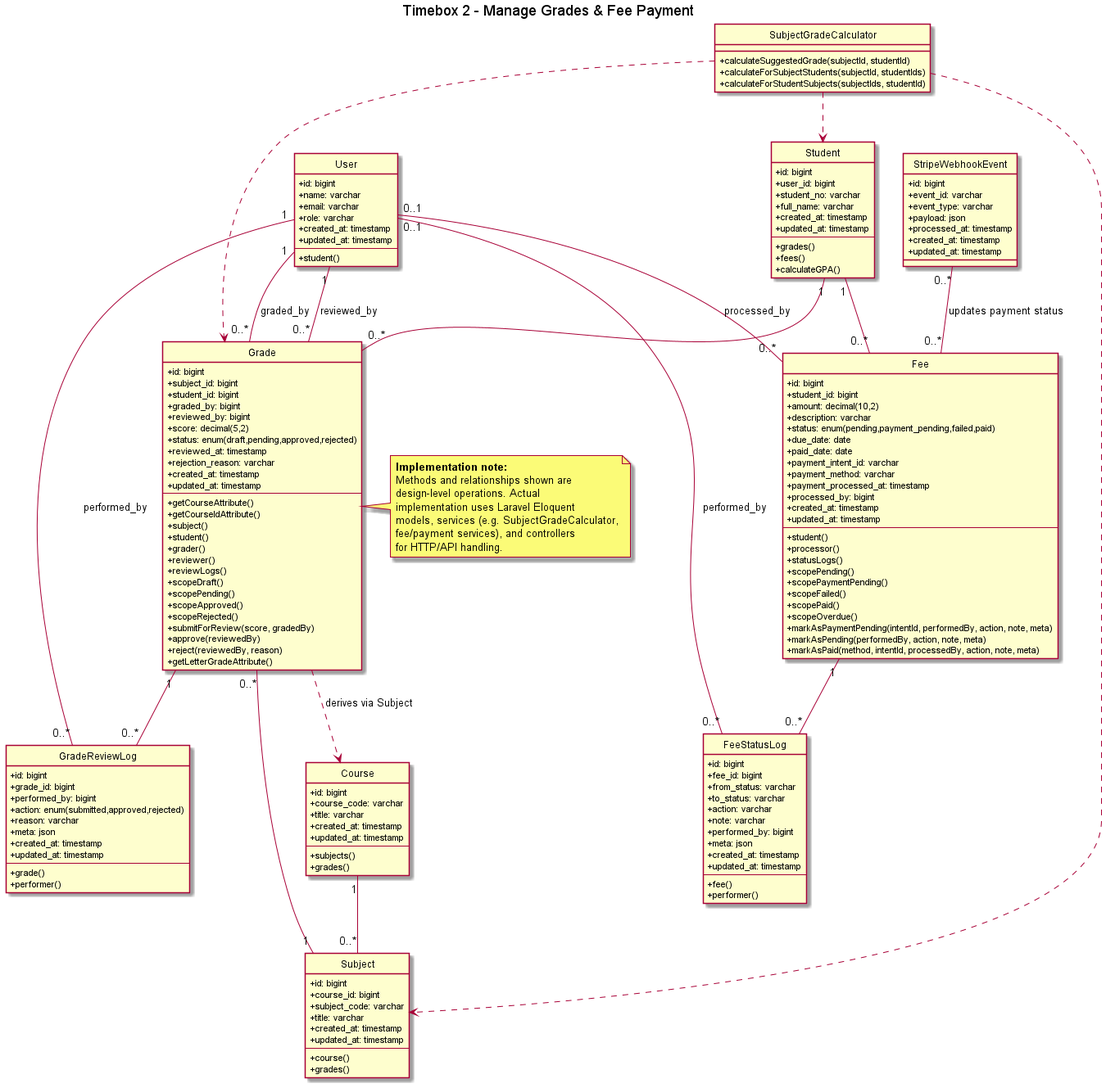
Before: out/class_diagram/Timebox2_GradesFees_Class/Timebox2_GradesFees_Class.png, a diagram exported from PlantUML (KyawMyoHtay1/academic-portal). Its diagram source:
```plantuml
@startuml Timebox2_GradesFees_Class
hide circle
skinparam classAttributeIconSize 0
title Timebox 2 - Manage Grades & Fee Payment

note right of Grade
  **Implementation note:**
  Methods and relationships shown are
  design-level operations. Actual
  implementation uses Laravel Eloquent
  models, services (e.g. SubjectGradeCalculator,
  fee/payment services), and controllers
  for HTTP/API handling.
end note

class User {
  +id: bigint
  +name: varchar
  +email: varchar
  +role: varchar
  +created_at: timestamp
  +updated_at: timestamp
  --
  +student()
}

class Student {
  +id: bigint
  +user_id: bigint
  +student_no: varchar
  +full_name: varchar
  +created_at: timestamp
  +updated_at: timestamp
  --
  +grades()
  +fees()
  +calculateGPA()
}

class Course {
  +id: bigint
  +course_code: varchar
  +title: varchar
  +created_at: timestamp
  +updated_at: timestamp
  --
  +subjects()
  +grades()
}

class Subject {
  +id: bigint
  +course_id: bigint
  +subject_code: varchar
  +title: varchar
  +created_at: timestamp
  +updated_at: timestamp
  --
  +course()
  +grades()
}

class Grade {
  +id: bigint
  +subject_id: bigint
  +student_id: bigint
  +graded_by: bigint
  +reviewed_by: bigint
  +score: decimal(5,2)
  +status: enum(draft,pending,approved,rejected)
  +reviewed_at: timestamp
  +rejection_reason: varchar
  +created_at: timestamp
  +updated_at: timestamp
  --
  +getCourseAttribute()
  +getCourseIdAttribute()
  +subject()
  +student()
  +grader()
  +reviewer()
  +reviewLogs()
  +scopeDraft()
  +scopePending()
  +scopeApproved()
  +scopeRejected()
  +submitForReview(score, gradedBy)
  +approve(reviewedBy)
  +reject(reviewedBy, reason)
  +getLetterGradeAttribute()
}

class GradeReviewLog {
  +id: bigint
  +grade_id: bigint
  +performed_by: bigint
  +action: enum(submitted,approved,rejected)
  +reason: varchar
  +meta: json
  +created_at: timestamp
  +updated_at: timestamp
  --
  +grade()
  +performer()
}

class Fee {
  +id: bigint
  +student_id: bigint
  +amount: decimal(10,2)
  +description: varchar
  +status: enum(pending,payment_pending,failed,paid)
  +due_date: date
  +paid_date: date
  +payment_intent_id: varchar
  +payment_method: varchar
  +payment_processed_at: timestamp
  +processed_by: bigint
  +created_at: timestamp
  +updated_at: timestamp
  --
  +student()
  +processor()
  +statusLogs()
  +scopePending()
  +scopePaymentPending()
  +scopeFailed()
  +scopePaid()
  +scopeOverdue()
  +markAsPaymentPending(intentId, performedBy, action, note, meta)
  +markAsPending(performedBy, action, note, meta)
  +markAsPaid(method, intentId, processedBy, action, note, meta)
}

class FeeStatusLog {
  +id: bigint
  +fee_id: bigint
  +from_status: varchar
  +to_status: varchar
  +action: varchar
  +note: varchar
  +performed_by: bigint
  +meta: json
  +created_at: timestamp
  +updated_at: timestamp
  --
  +fee()
  +performer()
}

class StripeWebhookEvent {
  +id: bigint
  +event_id: varchar
  +event_type: varchar
  +payload: json
  +processed_at: timestamp
  +created_at: timestamp
  +updated_at: timestamp
}

class SubjectGradeCalculator {
  +calculateSuggestedGrade(subjectId, studentId)
  +calculateForSubjectStudents(subjectId, studentIds)
  +calculateForStudentSubjects(subjectIds, studentId)
}

Course  "1" -- "0..*" Subject
Subject "1" -- "0..*" Grade
Student "1" -- "0..*" Grade
User    "1" -- "0..*" Grade         : graded_by
User    "1" -- "0..*" Grade         : reviewed_by
Grade   "1" -- "0..*" GradeReviewLog
User    "1" -- "0..*" GradeReviewLog : performed_by
Grade ..> Course : derives via Subject

Student "1" -- "0..*" Fee
User    "0..1" -- "0..*" Fee          : processed_by
Fee     "1" -- "0..*" FeeStatusLog
User    "0..1" -- "0..*" FeeStatusLog : performed_by

StripeWebhookEvent "0..*" -- "0..*" Fee : updates payment status

SubjectGradeCalculator ..> Grade
SubjectGradeCalculator ..> Subject
SubjectGradeCalculator ..> Student

@enduml
```
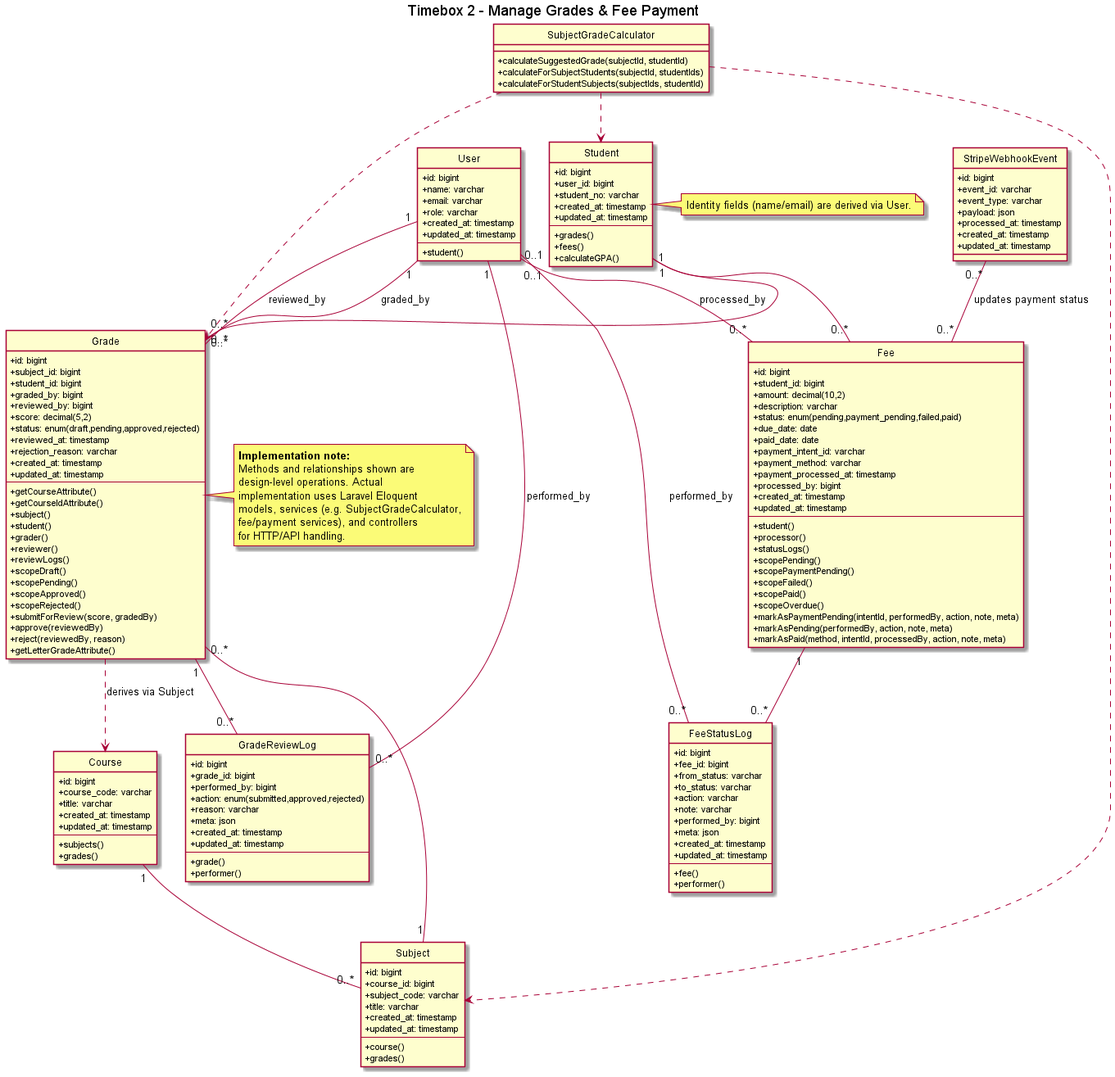
Later version of the same file.

Diff of the diagram source:
```diff
@@ -28,7 +28,6 @@
   +id: bigint
   +user_id: bigint
   +student_no: varchar
-  +full_name: varchar
   +created_at: timestamp
   +updated_at: timestamp
   --
@@ -36,6 +35,10 @@
   +fees()
   +calculateGPA()
 }
+
+note right of Student
+  Identity fields (name/email) are derived via User.
+end note
 
 class Course {
   +id: bigint
```
